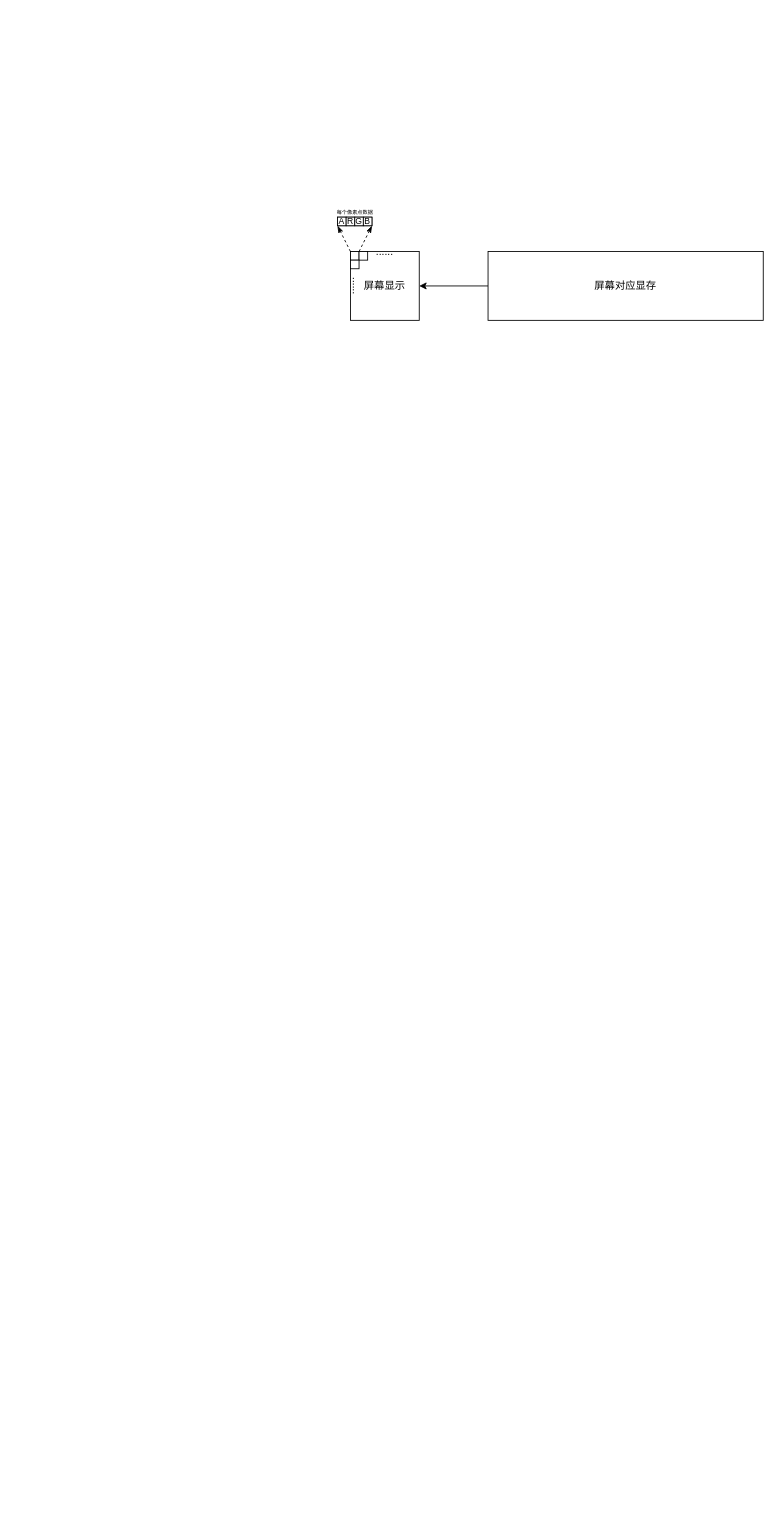
This is page "fb" (5 of 6) of src/file/application.drawio from zc110747/build_embed_linux_system, a draw.io file, before an edit. Source tidied: cells renumbered, new cells numbered last; positions are measured from the earlier drawing's top-left corner, leaving out a move shared by most shapes. Both pictures are drawn from the tidied source at 86%, with x=0, y=0 at pixel (335, 208).
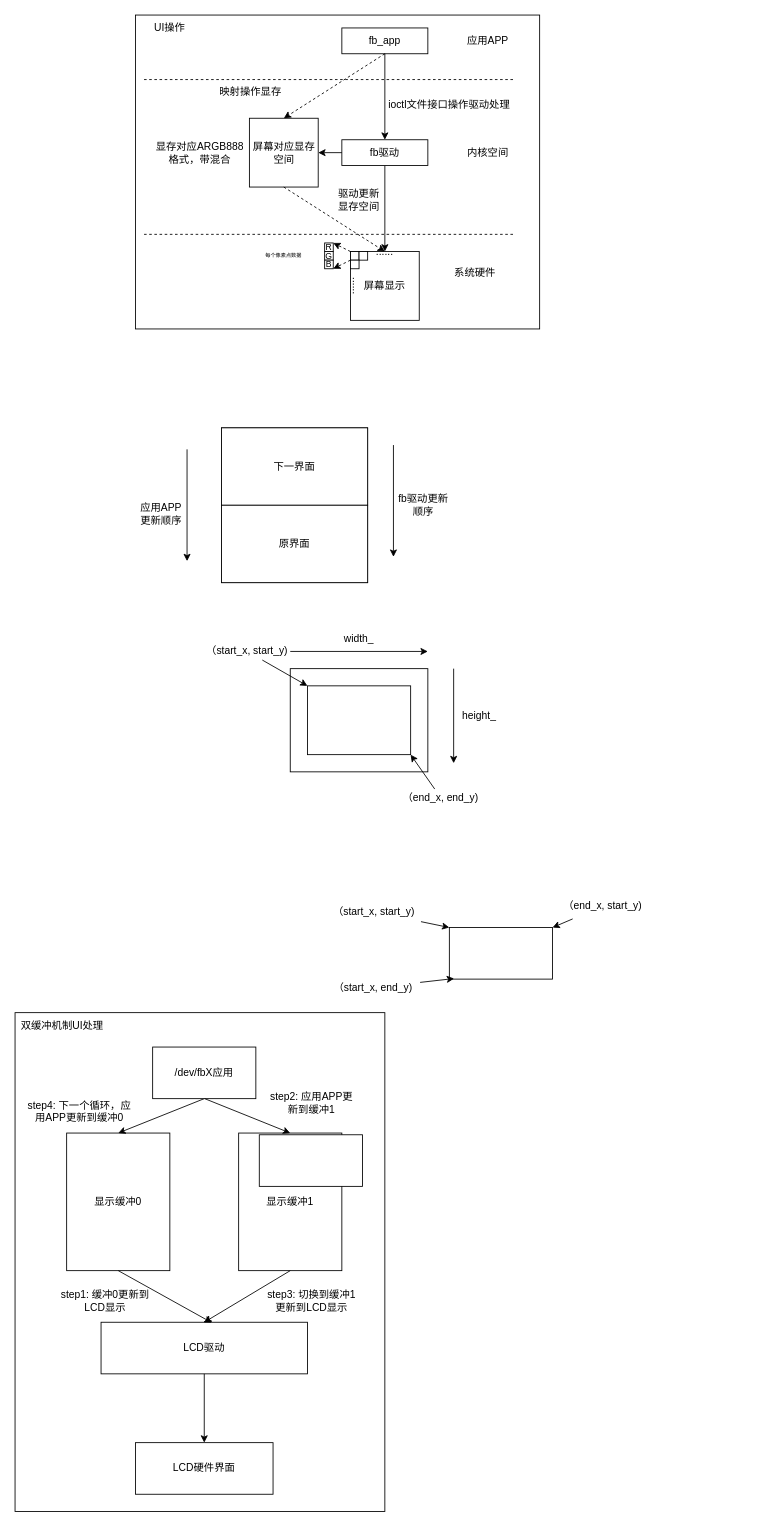
The same page after the edit.

The change refers to these unchanged cells:
```xml
<mxCell id="2" style="rounded=0;whiteSpace=wrap;html=1;" parent="1" vertex="1">
  <mxGeometry x="18" y="50" width="80" height="80" as="geometry" />
</mxCell>
<mxCell id="3" style="rounded=0;whiteSpace=wrap;html=1;" parent="1" vertex="1">
  <mxGeometry x="18" y="50" width="10" height="10" as="geometry" />
</mxCell>
<mxCell id="5" value="......" style="text;html=1;align=center;verticalAlign=bottom;whiteSpace=wrap;rounded=0;" parent="1" vertex="1">
  <mxGeometry x="28" y="50" width="60" height="10" as="geometry" />
</mxCell>
<mxCell id="6" style="rounded=0;whiteSpace=wrap;html=1;" parent="1" vertex="1">
  <mxGeometry x="18" y="60" width="10" height="10" as="geometry" />
</mxCell>
```

Diff of the diagram source:
```diff
@@
+    <mxCell id="19" style="rounded=0;whiteSpace=wrap;html=1;" parent="1" vertex="1">
+      <mxGeometry x="-372" y="935" width="430" height="580" as="geometry" />
+    </mxCell>
+    <mxCell id="20" style="rounded=0;whiteSpace=wrap;html=1;" parent="1" vertex="1">
+      <mxGeometry x="-232" y="-225" width="470" height="365" as="geometry" />
+    </mxCell>
@@
-    <mxCell id="8" style="rounded=0;whiteSpace=wrap;html=1;" parent="1" vertex="1">
-      <mxGeometry x="3" y="10" width="40" height="10" as="geometry" />
-    </mxCell>
-    <mxCell id="9" style="endArrow=classicThin;html=1;exitX=0;exitY=0;exitDx=0;exitDy=0;entryX=0;entryY=1;entryDx=0;entryDy=0;dashed=1;endFill=1;" parent="1" edge="1" source="3" target="8">
-      <mxGeometry relative="1" as="geometry" />
-    </mxCell>
-    <mxCell id="10" style="endArrow=classicThin;html=1;entryX=1;entryY=1;entryDx=0;entryDy=0;dashed=1;endFill=1;" parent="1" edge="1" target="8">
-      <mxGeometry relative="1" as="geometry">
-        <mxPoint x="28" y="50" as="sourcePoint" />
-      </mxGeometry>
-    </mxCell>
-    <mxCell id="11" value="A" style="rounded=0;whiteSpace=wrap;html=1;strokeWidth=1;fontSize=10;" parent="1" vertex="1">
-      <mxGeometry x="3" y="10" width="10" height="10" as="geometry" />
-    </mxCell>
     <mxCell id="12" value="R" style="rounded=0;whiteSpace=wrap;html=1;fontSize=10;" parent="1" vertex="1">
-      <mxGeometry x="13" y="10" width="10" height="10" as="geometry" />
+      <mxGeometry x="-12" y="40" width="10" height="10" as="geometry" />
     </mxCell>
     <mxCell id="13" value="G" style="rounded=0;whiteSpace=wrap;html=1;fontSize=10;" parent="1" vertex="1">
-      <mxGeometry x="23" y="10" width="10" height="10" as="geometry" />
+      <mxGeometry x="-12" y="50" width="10" height="10" as="geometry" />
     </mxCell>
     <mxCell id="14" value="B" style="rounded=0;whiteSpace=wrap;html=1;fontSize=10;" parent="1" vertex="1">
-      <mxGeometry x="33" y="10" width="10" height="10" as="geometry" />
+      <mxGeometry x="-12" y="60" width="10" height="10" as="geometry" />
     </mxCell>
@@
     <mxCell id="16" value="每个像素点数据" style="text;html=1;align=center;verticalAlign=middle;whiteSpace=wrap;rounded=0;fontSize=6;" parent="1" vertex="1">
-      <mxGeometry x="0.5" width="45" height="10" as="geometry" />
+      <mxGeometry x="-82" y="50" width="45" height="10" as="geometry" />
     </mxCell>
-    <mxCell id="17" style="edgeStyle=none;html=1;entryX=1;entryY=0.5;entryDx=0;entryDy=0;" parent="1" edge="1" source="18" target="2">
-      <mxGeometry relative="1" as="geometry" />
-    </mxCell>
-    <mxCell id="18" value="屏幕对应显存" style="rounded=0;whiteSpace=wrap;html=1;" parent="1" vertex="1">
-      <mxGeometry x="178" y="50" width="320" height="80" as="geometry" />
+    <mxCell id="18" value="屏幕对应显存空间" style="rounded=0;whiteSpace=wrap;html=1;verticalAlign=middle;" parent="1" vertex="1">
+      <mxGeometry x="-99.5" y="-105" width="80" height="80" as="geometry" />
     </mxCell>
+    <mxCell id="21" style="edgeStyle=none;html=1;exitX=0.5;exitY=1;exitDx=0;exitDy=0;entryX=0.5;entryY=0;entryDx=0;entryDy=0;" parent="1" edge="1" source="22" target="5">
+      <mxGeometry relative="1" as="geometry" />
+    </mxCell>
+    <mxCell id="22" value="fb驱动" style="rounded=0;whiteSpace=wrap;html=1;" parent="1" vertex="1">
+      <mxGeometry x="8" y="-80" width="100" height="30" as="geometry" />
+    </mxCell>
+    <mxCell id="23" style="endArrow=classic;html=1;entryX=1;entryY=0;entryDx=0;entryDy=0;exitX=0;exitY=0;exitDx=0;exitDy=0;endFill=1;dashed=1;" parent="1" edge="1" source="3" target="12">
+      <mxGeometry relative="1" as="geometry" />
+    </mxCell>
+    <mxCell id="24" style="endArrow=classic;html=1;exitX=0;exitY=0;exitDx=0;exitDy=0;entryX=1;entryY=1;entryDx=0;entryDy=0;dashed=1;" parent="1" edge="1" source="6" target="14">
+      <mxGeometry relative="1" as="geometry" />
+    </mxCell>
+    <mxCell id="25" style="endArrow=none;html=1;dashed=1;" parent="1" edge="1">
+      <mxGeometry relative="1" as="geometry">
+        <mxPoint x="-222" y="30" as="sourcePoint" />
+        <mxPoint x="208" y="30" as="targetPoint" />
+      </mxGeometry>
+    </mxCell>
+    <mxCell id="26" style="endArrow=none;html=1;dashed=1;" parent="1" edge="1">
+      <mxGeometry relative="1" as="geometry">
+        <mxPoint x="-222" y="-150" as="sourcePoint" />
+        <mxPoint x="208" y="-150" as="targetPoint" />
+      </mxGeometry>
+    </mxCell>
+    <mxCell id="27" style="endArrow=classic;html=1;exitX=0;exitY=0.5;exitDx=0;exitDy=0;entryX=1;entryY=0.5;entryDx=0;entryDy=0;" parent="1" edge="1" source="22" target="18">
+      <mxGeometry relative="1" as="geometry" />
+    </mxCell>
+    <mxCell id="28" style="endArrow=classic;html=1;exitX=0.5;exitY=1;exitDx=0;exitDy=0;entryX=0.5;entryY=0;entryDx=0;entryDy=0;dashed=1;" parent="1" edge="1" source="18" target="5">
+      <mxGeometry relative="1" as="geometry" />
+    </mxCell>
+    <mxCell id="29" value="驱动更新显存空间" style="text;html=1;align=center;verticalAlign=middle;whiteSpace=wrap;rounded=0;" parent="1" vertex="1">
+      <mxGeometry x="-2" y="-25" width="60" height="30" as="geometry" />
+    </mxCell>
+    <mxCell id="30" value="显存对应ARGB888格式，带混合" style="text;html=1;align=center;verticalAlign=middle;whiteSpace=wrap;rounded=0;" parent="1" vertex="1">
+      <mxGeometry x="-212" y="-80" width="110" height="30" as="geometry" />
+    </mxCell>
+    <mxCell id="31" value="fb_app" style="rounded=0;whiteSpace=wrap;html=1;" parent="1" vertex="1">
+      <mxGeometry x="8" y="-210" width="100" height="30" as="geometry" />
+    </mxCell>
+    <mxCell id="32" style="endArrow=classic;html=1;exitX=0.5;exitY=1;exitDx=0;exitDy=0;entryX=0.5;entryY=0;entryDx=0;entryDy=0;" parent="1" edge="1" source="31" target="22">
+      <mxGeometry relative="1" as="geometry" />
+    </mxCell>
+    <mxCell id="33" style="endArrow=classic;html=1;exitX=0.5;exitY=1;exitDx=0;exitDy=0;entryX=0.5;entryY=0;entryDx=0;entryDy=0;dashed=1;" parent="1" edge="1" source="31" target="18">
+      <mxGeometry relative="1" as="geometry" />
+    </mxCell>
+    <mxCell id="34" value="ioctl文件接口操作驱动处理" style="text;html=1;align=center;verticalAlign=middle;whiteSpace=wrap;rounded=0;" parent="1" vertex="1">
+      <mxGeometry x="58" y="-135" width="150" height="30" as="geometry" />
+    </mxCell>
+    <mxCell id="35" value="映射操作显存" style="text;html=1;align=center;verticalAlign=middle;whiteSpace=wrap;rounded=0;" parent="1" vertex="1">
+      <mxGeometry x="-152" y="-150" width="107.5" height="30" as="geometry" />
+    </mxCell>
+    <mxCell id="36" value="内核空间" style="text;html=1;align=center;verticalAlign=middle;whiteSpace=wrap;rounded=0;" parent="1" vertex="1">
+      <mxGeometry x="148" y="-80" width="60" height="30" as="geometry" />
+    </mxCell>
+    <mxCell id="37" value="应用APP" style="text;html=1;align=center;verticalAlign=middle;whiteSpace=wrap;rounded=0;" parent="1" vertex="1">
+      <mxGeometry x="148" y="-210" width="60" height="30" as="geometry" />
+    </mxCell>
+    <mxCell id="38" value="系统硬件" style="text;html=1;align=center;verticalAlign=middle;whiteSpace=wrap;rounded=0;" parent="1" vertex="1">
+      <mxGeometry x="133" y="60" width="60" height="30" as="geometry" />
+    </mxCell>
+    <mxCell id="39" value="UI操作" style="text;html=1;align=center;verticalAlign=middle;whiteSpace=wrap;rounded=0;" parent="1" vertex="1">
+      <mxGeometry x="-222" y="-225" width="60" height="30" as="geometry" />
+    </mxCell>
+    <mxCell id="40" style="rounded=0;whiteSpace=wrap;html=1;" parent="1" vertex="1">
+      <mxGeometry x="-132" y="255" width="170" height="180" as="geometry" />
+    </mxCell>
+    <mxCell id="41" value="下一界面" style="rounded=0;whiteSpace=wrap;html=1;" parent="1" vertex="1">
+      <mxGeometry x="-132" y="255" width="170" height="90" as="geometry" />
+    </mxCell>
+    <mxCell id="42" value="原界面" style="rounded=0;whiteSpace=wrap;html=1;" parent="1" vertex="1">
+      <mxGeometry x="-132" y="345" width="170" height="90" as="geometry" />
+    </mxCell>
+    <mxCell id="43" style="endArrow=classic;html=1;" parent="1" edge="1">
+      <mxGeometry relative="1" as="geometry">
+        <mxPoint x="-172" y="280" as="sourcePoint" />
+        <mxPoint x="-172" y="410" as="targetPoint" />
+      </mxGeometry>
+    </mxCell>
+    <mxCell id="44" value="应用APP更新顺序" style="text;html=1;align=center;verticalAlign=middle;whiteSpace=wrap;rounded=0;" parent="1" vertex="1">
+      <mxGeometry x="-232" y="340" width="60" height="30" as="geometry" />
+    </mxCell>
+    <mxCell id="45" style="endArrow=classic;html=1;" parent="1" edge="1">
+      <mxGeometry relative="1" as="geometry">
+        <mxPoint x="68" y="275" as="sourcePoint" />
+        <mxPoint x="68" y="405" as="targetPoint" />
+      </mxGeometry>
+    </mxCell>
+    <mxCell id="46" value="fb驱动更新顺序" style="text;html=1;align=center;verticalAlign=middle;whiteSpace=wrap;rounded=0;" parent="1" vertex="1">
+      <mxGeometry x="73" y="330" width="60" height="30" as="geometry" />
+    </mxCell>
+    <mxCell id="47" value="显示缓冲0" style="rounded=0;whiteSpace=wrap;html=1;" parent="1" vertex="1">
+      <mxGeometry x="-312" y="1075" width="120" height="160" as="geometry" />
+    </mxCell>
+    <mxCell id="48" value="显示缓冲1" style="rounded=0;whiteSpace=wrap;html=1;" parent="1" vertex="1">
+      <mxGeometry x="-112" y="1075" width="120" height="160" as="geometry" />
+    </mxCell>
+    <mxCell id="49" value="LCD驱动" style="rounded=0;whiteSpace=wrap;html=1;" parent="1" vertex="1">
+      <mxGeometry x="-272" y="1295" width="240" height="60" as="geometry" />
+    </mxCell>
+    <mxCell id="50" value="LCD硬件界面" style="rounded=0;whiteSpace=wrap;html=1;" parent="1" vertex="1">
+      <mxGeometry x="-232" y="1435" width="160" height="60" as="geometry" />
+    </mxCell>
+    <mxCell id="51" style="endArrow=classic;html=1;exitX=0.5;exitY=1;exitDx=0;exitDy=0;entryX=0.536;entryY=0.007;entryDx=0;entryDy=0;entryPerimeter=0;" parent="1" edge="1" source="47" target="49">
+      <mxGeometry relative="1" as="geometry" />
+    </mxCell>
+    <mxCell id="52" style="endArrow=classic;html=1;exitX=0.5;exitY=1;exitDx=0;exitDy=0;entryX=0.5;entryY=0;entryDx=0;entryDy=0;" parent="1" edge="1" source="49" target="50">
+      <mxGeometry relative="1" as="geometry" />
+    </mxCell>
+    <mxCell id="53" style="edgeStyle=none;html=1;entryX=0.5;entryY=0;entryDx=0;entryDy=0;" parent="1" edge="1" target="47">
+      <mxGeometry relative="1" as="geometry">
+        <mxPoint x="-152" y="1035" as="sourcePoint" />
+      </mxGeometry>
+    </mxCell>
+    <mxCell id="54" value="/dev/fbX应用" style="rounded=0;whiteSpace=wrap;html=1;" parent="1" vertex="1">
+      <mxGeometry x="-212" y="975" width="120" height="60" as="geometry" />
+    </mxCell>
+    <mxCell id="55" value="step1: 缓冲0更新到LCD显示" style="text;html=1;align=center;verticalAlign=middle;whiteSpace=wrap;rounded=0;" parent="1" vertex="1">
+      <mxGeometry x="-322" y="1255" width="110" height="30" as="geometry" />
+    </mxCell>
+    <mxCell id="56" style="endArrow=classic;html=1;exitX=0.5;exitY=1;exitDx=0;exitDy=0;entryX=0.5;entryY=0;entryDx=0;entryDy=0;" parent="1" edge="1" target="48">
+      <mxGeometry relative="1" as="geometry">
+        <mxPoint x="-151.5" y="1035" as="sourcePoint" />
+      </mxGeometry>
+    </mxCell>
+    <mxCell id="57" value="step2: 应用APP更新到缓冲1" style="text;html=1;align=center;verticalAlign=middle;whiteSpace=wrap;rounded=0;" parent="1" vertex="1">
+      <mxGeometry x="-82" y="1025" width="110" height="30" as="geometry" />
+    </mxCell>
+    <mxCell id="58" style="endArrow=classic;html=1;exitX=0.5;exitY=1;exitDx=0;exitDy=0;" parent="1" edge="1" source="48">
+      <mxGeometry relative="1" as="geometry">
+        <mxPoint x="-152" y="1295" as="targetPoint" />
+      </mxGeometry>
+    </mxCell>
+    <mxCell id="59" value="step3: 切换到缓冲1更新到LCD显示" style="text;html=1;align=center;verticalAlign=middle;whiteSpace=wrap;rounded=0;" parent="1" vertex="1">
+      <mxGeometry x="-82" y="1255" width="110" height="30" as="geometry" />
+    </mxCell>
+    <mxCell id="60" value="step4: 下一个循环，应用APP更新到缓冲0" style="text;html=1;align=center;verticalAlign=middle;whiteSpace=wrap;rounded=0;" parent="1" vertex="1">
+      <mxGeometry x="-362" y="1035" width="130" height="30" as="geometry" />
+    </mxCell>
+    <mxCell id="61" value="双缓冲机制UI处理" style="text;html=1;align=center;verticalAlign=middle;whiteSpace=wrap;rounded=0;" parent="1" vertex="1">
+      <mxGeometry x="-372" y="935" width="110" height="30" as="geometry" />
+    </mxCell>
+    <mxCell id="62" style="rounded=0;whiteSpace=wrap;html=1;" parent="1" vertex="1">
+      <mxGeometry x="-52" y="535" width="160" height="120" as="geometry" />
+    </mxCell>
+    <mxCell id="63" style="rounded=0;whiteSpace=wrap;html=1;" parent="1" vertex="1">
+      <mxGeometry x="-32" y="555" width="120" height="80" as="geometry" />
+    </mxCell>
+    <mxCell id="64" style="endArrow=classic;html=1;" parent="1" edge="1">
+      <mxGeometry relative="1" as="geometry">
+        <mxPoint x="-52" y="515" as="sourcePoint" />
+        <mxPoint x="108" y="515" as="targetPoint" />
+      </mxGeometry>
+    </mxCell>
+    <mxCell id="65" value="width_" style="text;html=1;align=center;verticalAlign=middle;whiteSpace=wrap;rounded=0;" parent="1" vertex="1">
+      <mxGeometry x="-2" y="485" width="60" height="30" as="geometry" />
+    </mxCell>
+    <mxCell id="66" style="endArrow=classic;html=1;" parent="1" edge="1">
+      <mxGeometry relative="1" as="geometry">
+        <mxPoint x="138" y="535" as="sourcePoint" />
+        <mxPoint x="138" y="645" as="targetPoint" />
+      </mxGeometry>
+    </mxCell>
+    <mxCell id="67" value="height_" style="text;html=1;align=center;verticalAlign=middle;whiteSpace=wrap;rounded=0;" parent="1" vertex="1">
+      <mxGeometry x="138" y="575" width="60" height="30" as="geometry" />
+    </mxCell>
+    <mxCell id="68" style="edgeStyle=none;html=1;entryX=0;entryY=0;entryDx=0;entryDy=0;" parent="1" edge="1" source="69" target="63">
+      <mxGeometry relative="1" as="geometry" />
+    </mxCell>
+    <mxCell id="69" value="（start_x, start_y)" style="text;html=1;align=center;verticalAlign=middle;whiteSpace=wrap;rounded=0;" parent="1" vertex="1">
+      <mxGeometry x="-152" y="505" width="100" height="20" as="geometry" />
+    </mxCell>
+    <mxCell id="70" style="edgeStyle=none;html=1;entryX=1;entryY=1;entryDx=0;entryDy=0;" parent="1" edge="1" source="71" target="63">
+      <mxGeometry relative="1" as="geometry" />
+    </mxCell>
+    <mxCell id="71" value="（end_x, end_y)" style="text;html=1;align=center;verticalAlign=middle;whiteSpace=wrap;rounded=0;" parent="1" vertex="1">
+      <mxGeometry x="73" y="675" width="100" height="20" as="geometry" />
+    </mxCell>
+    <mxCell id="72" style="rounded=0;whiteSpace=wrap;html=1;" parent="1" vertex="1">
+      <mxGeometry x="-88" y="1077" width="120" height="60" as="geometry" />
+    </mxCell>
+    <mxCell id="73" style="rounded=0;whiteSpace=wrap;html=1;" parent="1" vertex="1">
+      <mxGeometry x="133" y="836" width="120" height="60" as="geometry" />
+    </mxCell>
+    <mxCell id="74" style="edgeStyle=none;html=1;entryX=0;entryY=0;entryDx=0;entryDy=0;" parent="1" edge="1" source="75" target="73">
+      <mxGeometry relative="1" as="geometry" />
+    </mxCell>
+    <mxCell id="75" value="（start_x, start_y)" style="text;html=1;align=center;verticalAlign=middle;whiteSpace=wrap;rounded=0;" parent="1" vertex="1">
+      <mxGeometry x="-9" y="803" width="109" height="30" as="geometry" />
+    </mxCell>
+    <mxCell id="76" style="edgeStyle=none;html=1;entryX=1;entryY=0;entryDx=0;entryDy=0;" parent="1" edge="1" source="77" target="73">
+      <mxGeometry relative="1" as="geometry" />
+    </mxCell>
+    <mxCell id="77" value="（end_x, start_y)" style="text;html=1;align=center;verticalAlign=middle;whiteSpace=wrap;rounded=0;" parent="1" vertex="1">
+      <mxGeometry x="257" y="796" width="109" height="30" as="geometry" />
+    </mxCell>
+    <mxCell id="78" value="（start_x, end_y)" style="text;html=1;align=center;verticalAlign=middle;whiteSpace=wrap;rounded=0;" parent="1" vertex="1">
+      <mxGeometry x="-10" y="891" width="109" height="30" as="geometry" />
+    </mxCell>
+    <mxCell id="79" style="edgeStyle=none;html=1;entryX=0.046;entryY=0.989;entryDx=0;entryDy=0;entryPerimeter=0;" parent="1" edge="1" source="78" target="73">
+      <mxGeometry relative="1" as="geometry" />
+    </mxCell>
```
